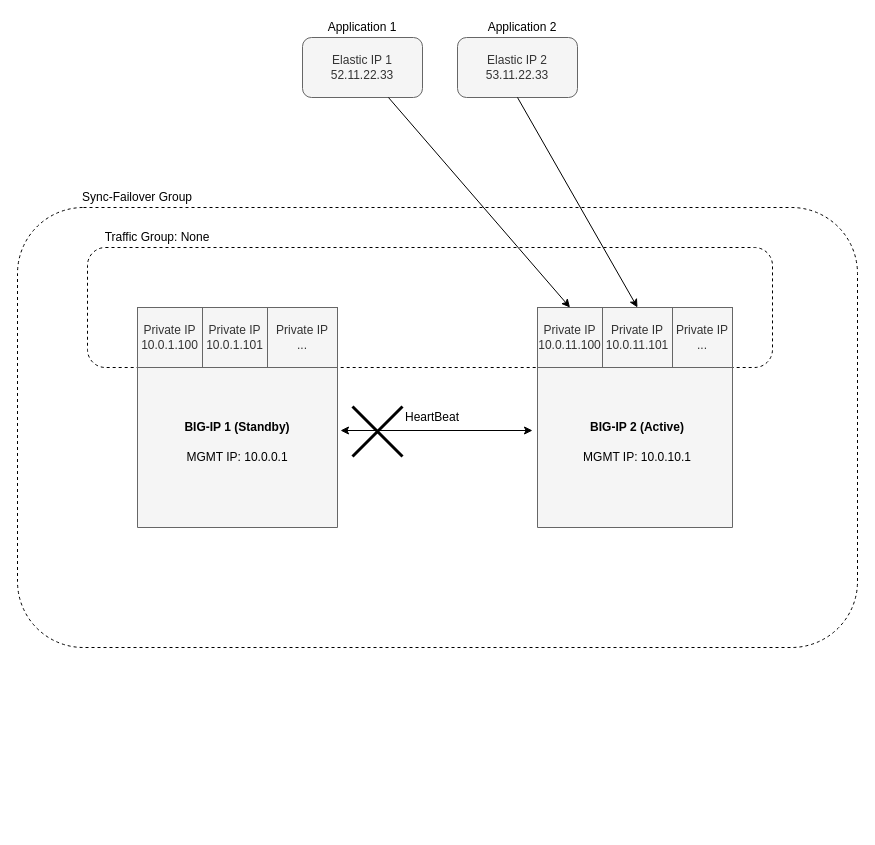
F5Networks/f5-cloud-failover-extension keeps this draw.io diagram as contributing/images/src/AWSFailoverExtensionHighLevelAfter.drawio.xml. Above is the earlier version. Source tidied: cells renumbered, new cells numbered last; positions are measured from the earlier drawing's top-left corner, leaving out a move shared by most shapes. Both pictures are drawn from the tidied source at 100%, with x=0, y=0 at pixel (17, 17).
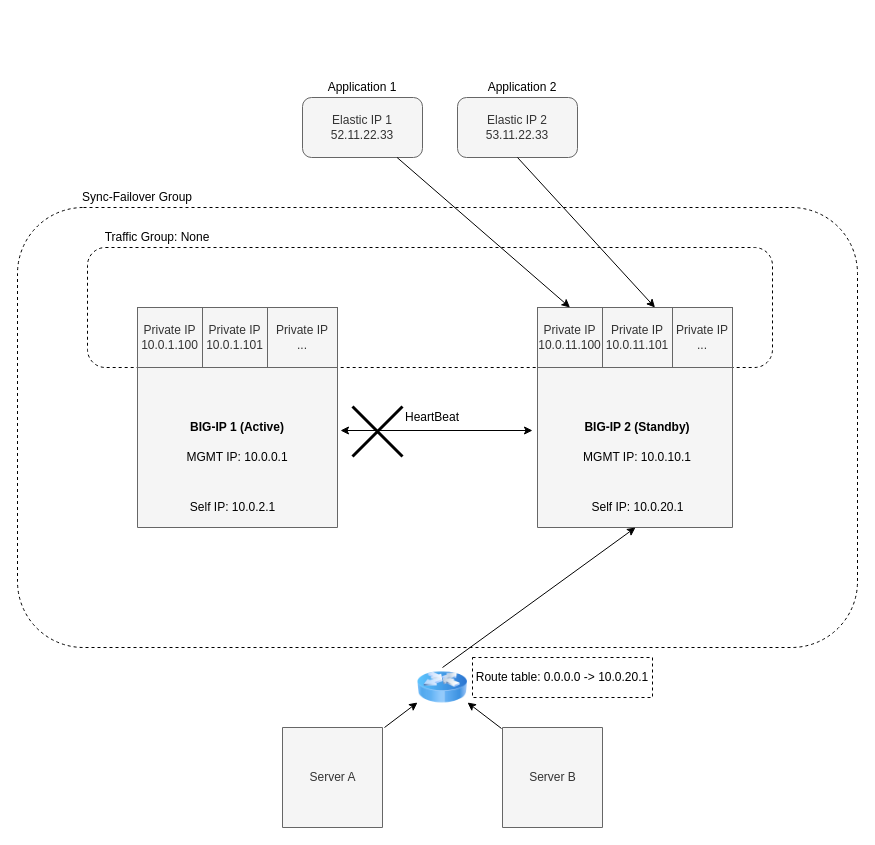
After the change.

Commit message (it also covers changes not shown here):
added route table failover to AWS diagram

Unchanged cells that the change refers to:
```xml
<mxCell id="16" value="Private IP&lt;br&gt;10.0.11.101" style="rounded=0;whiteSpace=wrap;html=1;fillColor=#f5f5f5;strokeColor=#666666;fontColor=#333333;" parent="1" vertex="1">
  <mxGeometry x="585" y="290" width="70" height="60" as="geometry" />
</mxCell>
```

Change to the diagram source:
```diff
@@
-    <mxCell id="2" style="rounded=1;whiteSpace=wrap;html=1;dashed=1;fillColor=none;" parent="1" vertex="1">
-      <mxGeometry x="70" y="230" width="685" height="120" as="geometry" />
-    </mxCell>
-    <mxCell id="3" style="rounded=1;whiteSpace=wrap;html=1;dashed=1;fillColor=none;" parent="1" vertex="1">
-      <mxGeometry y="190" width="840" height="440" as="geometry" />
-    </mxCell>
-    <mxCell id="4" style="verticalLabelPosition=bottom;verticalAlign=top;html=1;shape=mxgraph.basic.rect;fillColor=#f5f5f5;fillColor2=none;strokeColor=#666666;strokeWidth=1;size=20;indent=5;fontColor=#333333;" parent="1" vertex="1">
-      <mxGeometry x="120" y="310" width="200" height="200" as="geometry" />
-    </mxCell>
-    <mxCell id="5" style="verticalLabelPosition=bottom;verticalAlign=top;html=1;shape=mxgraph.basic.rect;fillColor=#f5f5f5;fillColor2=none;strokeColor=#666666;strokeWidth=1;size=20;indent=5;fontColor=#333333;" parent="1" vertex="1">
-      <mxGeometry x="520" y="310" width="195" height="200" as="geometry" />
-    </mxCell>
-    <mxCell id="6" value="&lt;b&gt;BIG-IP 1 (Standby)&lt;/b&gt;" style="text;html=1;strokeColor=none;fillColor=none;align=center;verticalAlign=middle;whiteSpace=wrap;rounded=0;" parent="1" vertex="1">
-      <mxGeometry x="160" y="390" width="120" height="40" as="geometry" />
-    </mxCell>
-    <mxCell id="7" value="&lt;b&gt;BIG-IP 2 (Active)&lt;/b&gt;" style="text;html=1;strokeColor=none;fillColor=none;align=center;verticalAlign=middle;whiteSpace=wrap;rounded=0;" parent="1" vertex="1">
-      <mxGeometry x="560" y="390" width="120" height="40" as="geometry" />
-    </mxCell>
+    <mxCell id="27" style="rounded=1;whiteSpace=wrap;html=1;dashed=1;fillColor=none;" parent="1" vertex="1">
+      <mxGeometry x="70" y="230" width="685" height="120" as="geometry" />
+    </mxCell>
+    <mxCell id="28" style="rounded=1;whiteSpace=wrap;html=1;dashed=1;fillColor=none;" parent="1" vertex="1">
+      <mxGeometry y="190" width="840" height="440" as="geometry" />
+    </mxCell>
+    <mxCell id="29" style="verticalLabelPosition=bottom;verticalAlign=top;html=1;shape=mxgraph.basic.rect;fillColor=#f5f5f5;fillColor2=none;strokeColor=#666666;strokeWidth=1;size=20;indent=5;fontColor=#333333;" parent="1" vertex="1">
+      <mxGeometry x="120" y="310" width="200" height="200" as="geometry" />
+    </mxCell>
+    <mxCell id="30" style="verticalLabelPosition=bottom;verticalAlign=top;html=1;shape=mxgraph.basic.rect;fillColor=#f5f5f5;fillColor2=none;strokeColor=#666666;strokeWidth=1;size=20;indent=5;fontColor=#333333;" parent="1" vertex="1">
+      <mxGeometry x="520" y="310" width="195" height="200" as="geometry" />
+    </mxCell>
+    <mxCell id="31" style="endArrow=classic;startArrow=classic;html=1;exitX=1.015;exitY=0.515;exitDx=0;exitDy=0;exitPerimeter=0;" parent="1" edge="1" source="29">
+      <mxGeometry relative="1" as="geometry">
+        <mxPoint x="515" y="413" as="targetPoint" />
+      </mxGeometry>
+    </mxCell>
+    <mxCell id="32" value="&lt;b&gt;BIG-IP 1 (Active)&lt;/b&gt;&lt;br&gt;" style="text;html=1;strokeColor=none;fillColor=none;align=center;verticalAlign=middle;whiteSpace=wrap;rounded=0;" parent="1" vertex="1">
+      <mxGeometry x="160" y="390" width="120" height="40" as="geometry" />
+    </mxCell>
+    <mxCell id="33" value="&lt;b&gt;BIG-IP 2 (Standby)&lt;/b&gt;&lt;br&gt;" style="text;html=1;strokeColor=none;fillColor=none;align=center;verticalAlign=middle;whiteSpace=wrap;rounded=0;" parent="1" vertex="1">
+      <mxGeometry x="560" y="390" width="120" height="40" as="geometry" />
+    </mxCell>
@@
-    <mxCell id="14" value="Private IP&lt;br&gt;..." style="rounded=0;whiteSpace=wrap;html=1;fillColor=#f5f5f5;strokeColor=#666666;fontColor=#333333;" parent="1" vertex="1">
-      <mxGeometry x="250" y="290" width="70" height="60" as="geometry" />
-    </mxCell>
+    <mxCell id="34" value="Private IP&lt;br&gt;..." style="rounded=0;whiteSpace=wrap;html=1;fillColor=#f5f5f5;strokeColor=#666666;fontColor=#333333;" parent="1" vertex="1">
+      <mxGeometry x="250" y="290" width="70" height="60" as="geometry" />
+    </mxCell>
@@
-    <mxCell id="17" value="Private IP&lt;br&gt;..." style="rounded=0;whiteSpace=wrap;html=1;fillColor=#f5f5f5;strokeColor=#666666;fontColor=#333333;" parent="1" vertex="1">
-      <mxGeometry x="655" y="290" width="60" height="60" as="geometry" />
-    </mxCell>
+    <mxCell id="35" value="Private IP&lt;br&gt;..." style="rounded=0;whiteSpace=wrap;html=1;fillColor=#f5f5f5;strokeColor=#666666;fontColor=#333333;" parent="1" vertex="1">
+      <mxGeometry x="655" y="290" width="60" height="60" as="geometry" />
+    </mxCell>
     <mxCell id="18" value="Elastic IP 1&lt;br&gt;52.11.22.33" style="rounded=1;whiteSpace=wrap;html=1;fillColor=#f5f5f5;strokeColor=#666666;fontColor=#333333;" parent="1" vertex="1">
-      <mxGeometry x="285" y="20" width="120" height="60" as="geometry" />
+      <mxGeometry x="285" y="80" width="120" height="60" as="geometry" />
     </mxCell>
     <mxCell id="19" value="Elastic IP 2&lt;br&gt;53.11.22.33" style="rounded=1;whiteSpace=wrap;html=1;fillColor=#f5f5f5;strokeColor=#666666;fontColor=#333333;" parent="1" vertex="1">
-      <mxGeometry x="440" y="20" width="120" height="60" as="geometry" />
+      <mxGeometry x="440" y="80" width="120" height="60" as="geometry" />
     </mxCell>
@@
-    <mxCell id="21" style="endArrow=classic;html=1;exitX=0.5;exitY=1;exitDx=0;exitDy=0;entryX=0.5;entryY=0;entryDx=0;entryDy=0;" parent="1" edge="1" source="19" target="16">
+    <mxCell id="21" style="endArrow=classic;html=1;exitX=0.5;exitY=1;exitDx=0;exitDy=0;entryX=0.75;entryY=0;entryDx=0;entryDy=0;" parent="1" edge="1" source="19" target="16">
       <mxGeometry relative="1" as="geometry" />
     </mxCell>
@@
     <mxCell id="23" value="Application 1" style="text;html=1;strokeColor=none;fillColor=none;align=center;verticalAlign=middle;whiteSpace=wrap;rounded=0;dashed=1;" parent="1" vertex="1">
-      <mxGeometry x="300" width="90" height="20" as="geometry" />
+      <mxGeometry x="300" y="60" width="90" height="20" as="geometry" />
     </mxCell>
     <mxCell id="24" value="Application 2" style="text;html=1;strokeColor=none;fillColor=none;align=center;verticalAlign=middle;whiteSpace=wrap;rounded=0;dashed=1;" parent="1" vertex="1">
-      <mxGeometry x="465" width="80" height="20" as="geometry" />
+      <mxGeometry x="465" y="60" width="80" height="20" as="geometry" />
     </mxCell>
-    <mxCell id="25" style="endArrow=classic;startArrow=classic;html=1;exitX=1.015;exitY=0.515;exitDx=0;exitDy=0;exitPerimeter=0;" parent="1" edge="1" source="4">
-      <mxGeometry relative="1" as="geometry">
-        <mxPoint x="515" y="413" as="targetPoint" />
-      </mxGeometry>
-    </mxCell>
-    <mxCell id="26" style="shape=umlDestroy;whiteSpace=wrap;html=1;strokeWidth=3;fillColor=none;" parent="1" vertex="1">
-      <mxGeometry x="335" y="389" width="50" height="50" as="geometry" />
-    </mxCell>
+    <mxCell id="36" value="Server A" style="verticalLabelPosition=middle;verticalAlign=middle;html=1;shape=mxgraph.basic.rect;fillColor=#f5f5f5;fillColor2=none;strokeColor=#666666;strokeWidth=1;size=20;indent=5;fontColor=#333333;labelPosition=center;align=center;" parent="1" vertex="1">
+      <mxGeometry x="265" y="710" width="100" height="100" as="geometry" />
+    </mxCell>
+    <mxCell id="37" value="Server B" style="verticalLabelPosition=middle;verticalAlign=middle;html=1;shape=mxgraph.basic.rect;fillColor=#f5f5f5;fillColor2=none;strokeColor=#666666;strokeWidth=1;size=20;indent=5;fontColor=#333333;labelPosition=center;align=center;" parent="1" vertex="1">
+      <mxGeometry x="485" y="710" width="100" height="100" as="geometry" />
+    </mxCell>
+    <mxCell id="38" style="image;html=1;labelBackgroundColor=#ffffff;image=img/lib/clip_art/networking/Router_Icon_128x128.png;" parent="1" vertex="1">
+      <mxGeometry x="400" y="640" width="50" height="60" as="geometry" />
+    </mxCell>
+    <mxCell id="39" style="endArrow=classic;html=1;exitX=1.02;exitY=0;exitDx=0;exitDy=0;exitPerimeter=0;entryX=0;entryY=0.75;entryDx=0;entryDy=0;" parent="1" edge="1" source="36" target="38">
+      <mxGeometry relative="1" as="geometry" />
+    </mxCell>
+    <mxCell id="40" style="endArrow=classic;html=1;" parent="1" edge="1">
+      <mxGeometry relative="1" as="geometry">
+        <mxPoint x="484" y="711" as="sourcePoint" />
+        <mxPoint x="450" y="685" as="targetPoint" />
+      </mxGeometry>
+    </mxCell>
+    <mxCell id="41" style="endArrow=classic;html=1;" parent="1" edge="1">
+      <mxGeometry relative="1" as="geometry">
+        <mxPoint x="425" y="650" as="sourcePoint" />
+        <mxPoint x="618" y="510" as="targetPoint" />
+      </mxGeometry>
+    </mxCell>
+    <mxCell id="42" value="Route table: 0.0.0.0 -&amp;gt; 10.0.20.1" style="rounded=0;whiteSpace=wrap;html=1;dashed=1;fillColor=none;" parent="1" vertex="1">
+      <mxGeometry x="455" y="640" width="180" height="40" as="geometry" />
+    </mxCell>
+    <mxCell id="43" value="Self IP: 10.0.20.1" style="text;html=1;align=center;verticalAlign=middle;fillColor=none;strokeColor=none;rounded=0;" parent="1" vertex="1">
+      <mxGeometry x="565" y="480" width="110" height="20" as="geometry" />
+    </mxCell>
+    <mxCell id="44" value="Self IP: 10.0.2.1" style="text;html=1;align=center;verticalAlign=middle;fillColor=none;strokeColor=none;rounded=0;" parent="1" vertex="1">
+      <mxGeometry x="165" y="480" width="100" height="20" as="geometry" />
+    </mxCell>
+    <mxCell id="45" style="shape=umlDestroy;whiteSpace=wrap;html=1;strokeWidth=3;fillColor=none;" parent="1" vertex="1">
+      <mxGeometry x="335" y="389" width="50" height="50" as="geometry" />
+    </mxCell>
```
